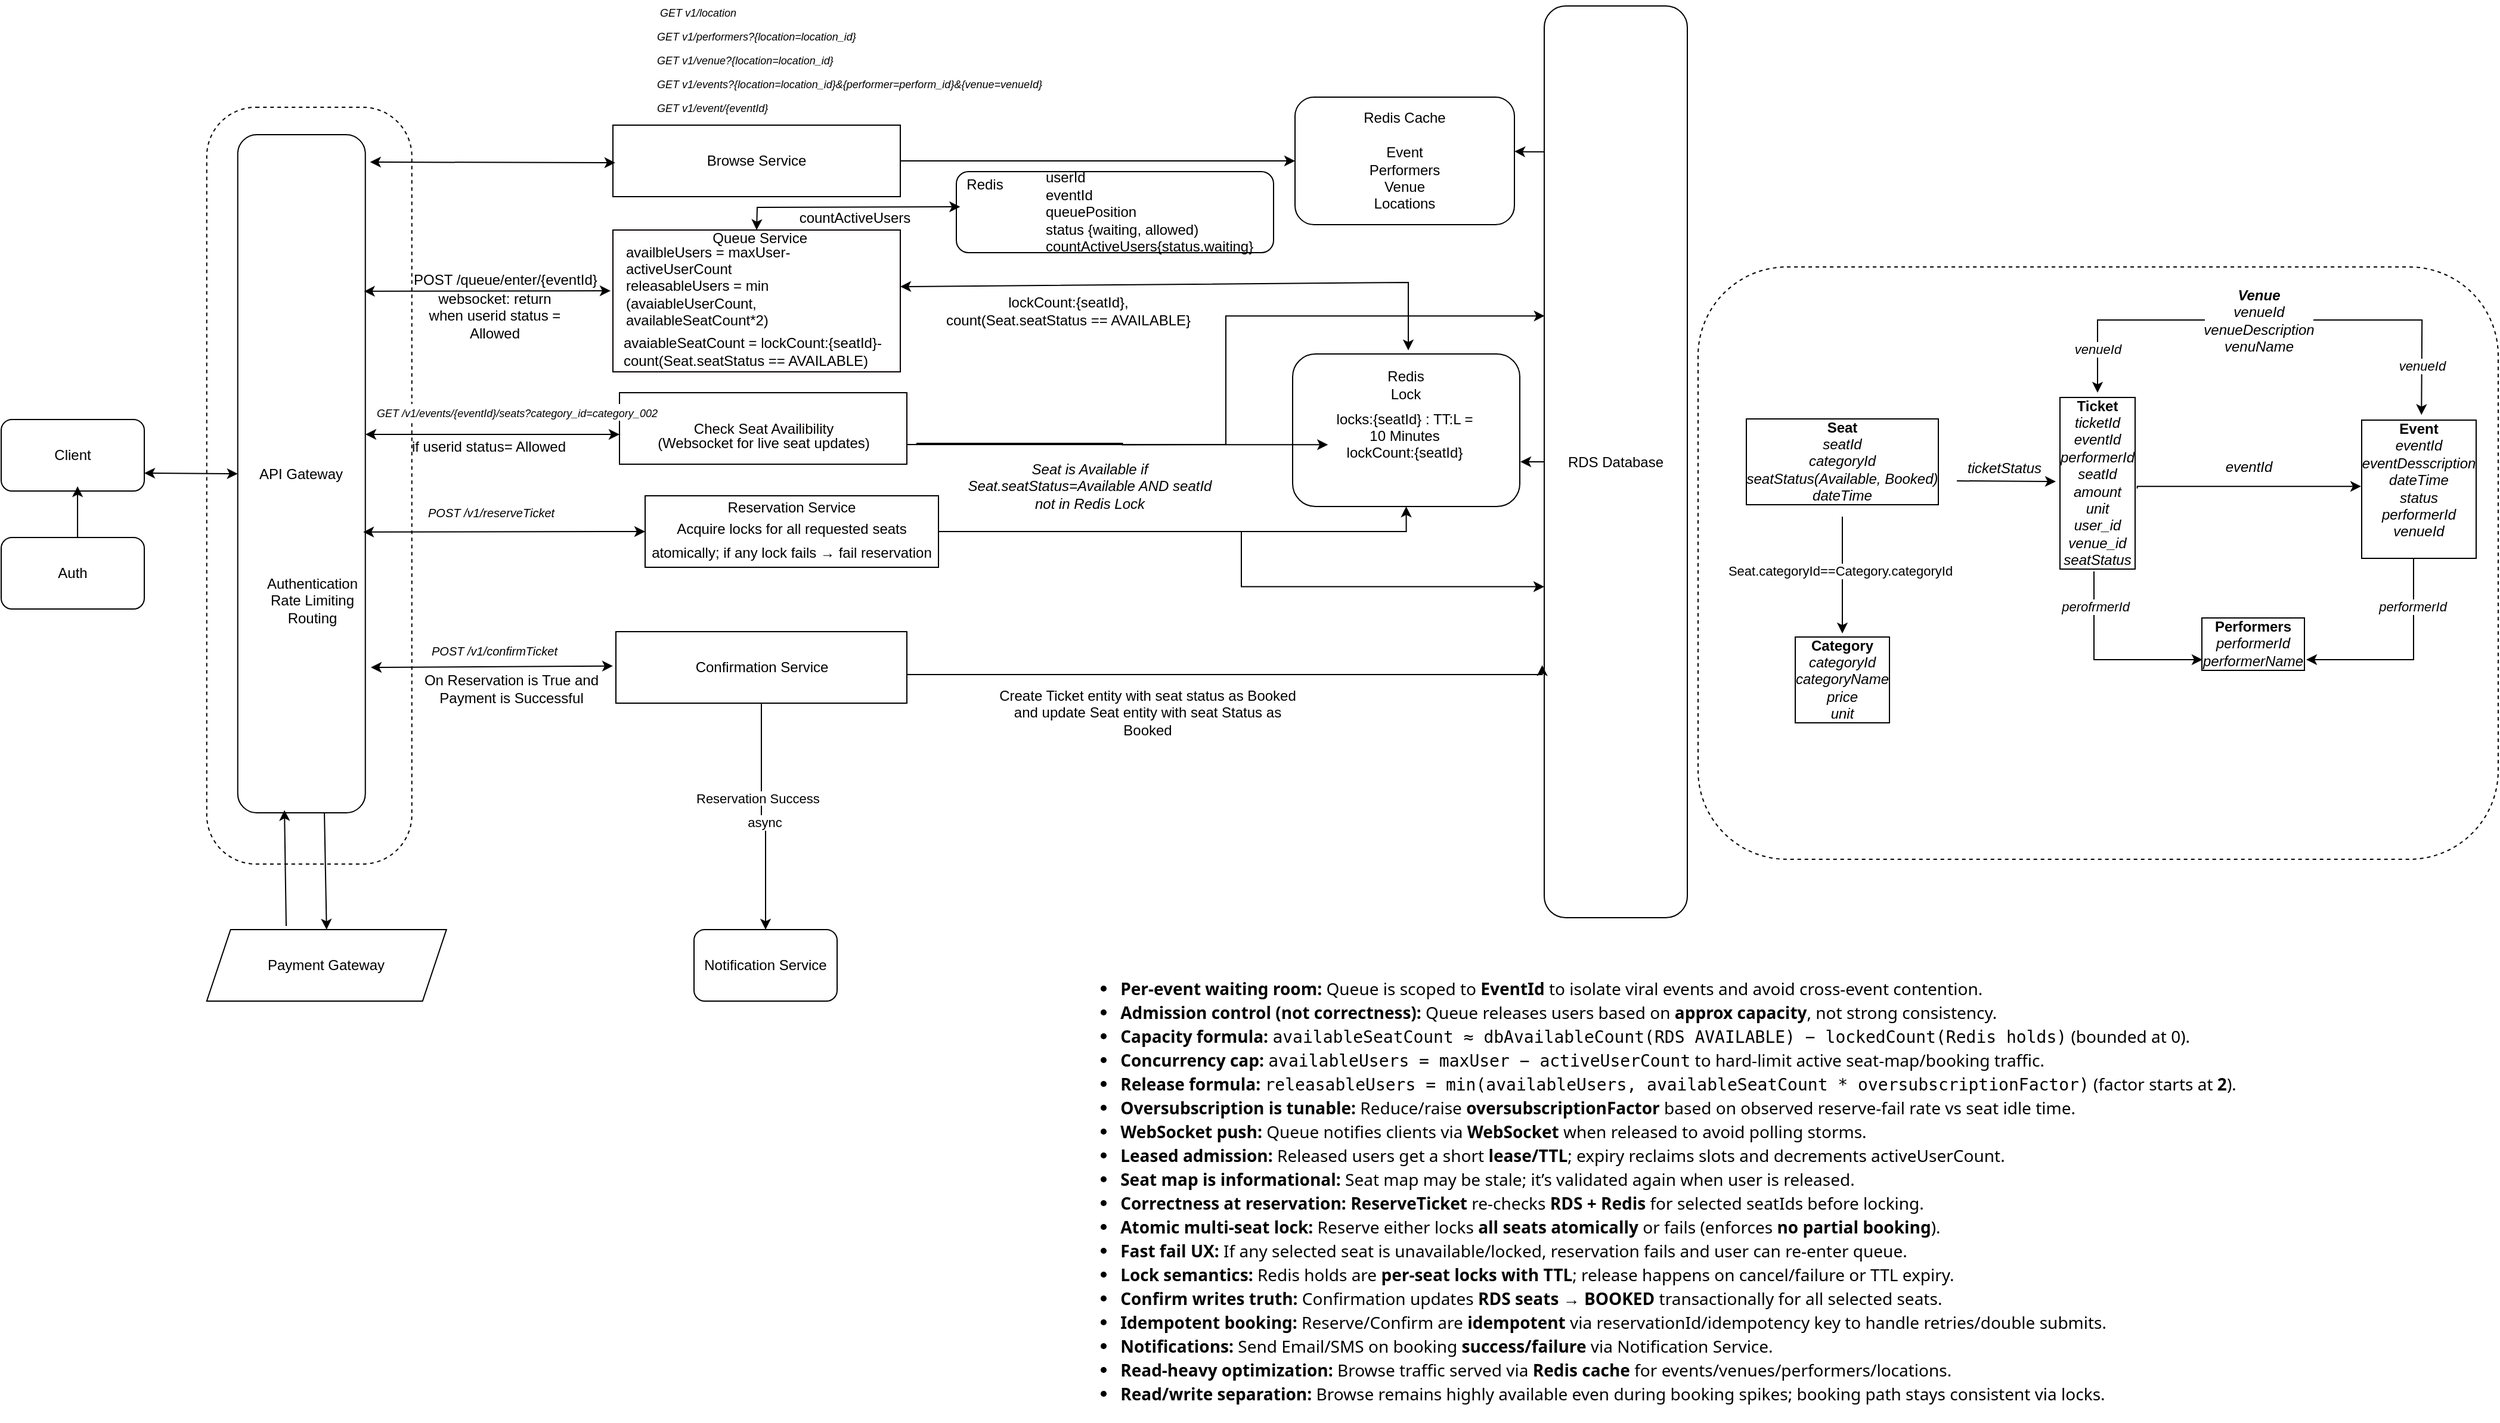
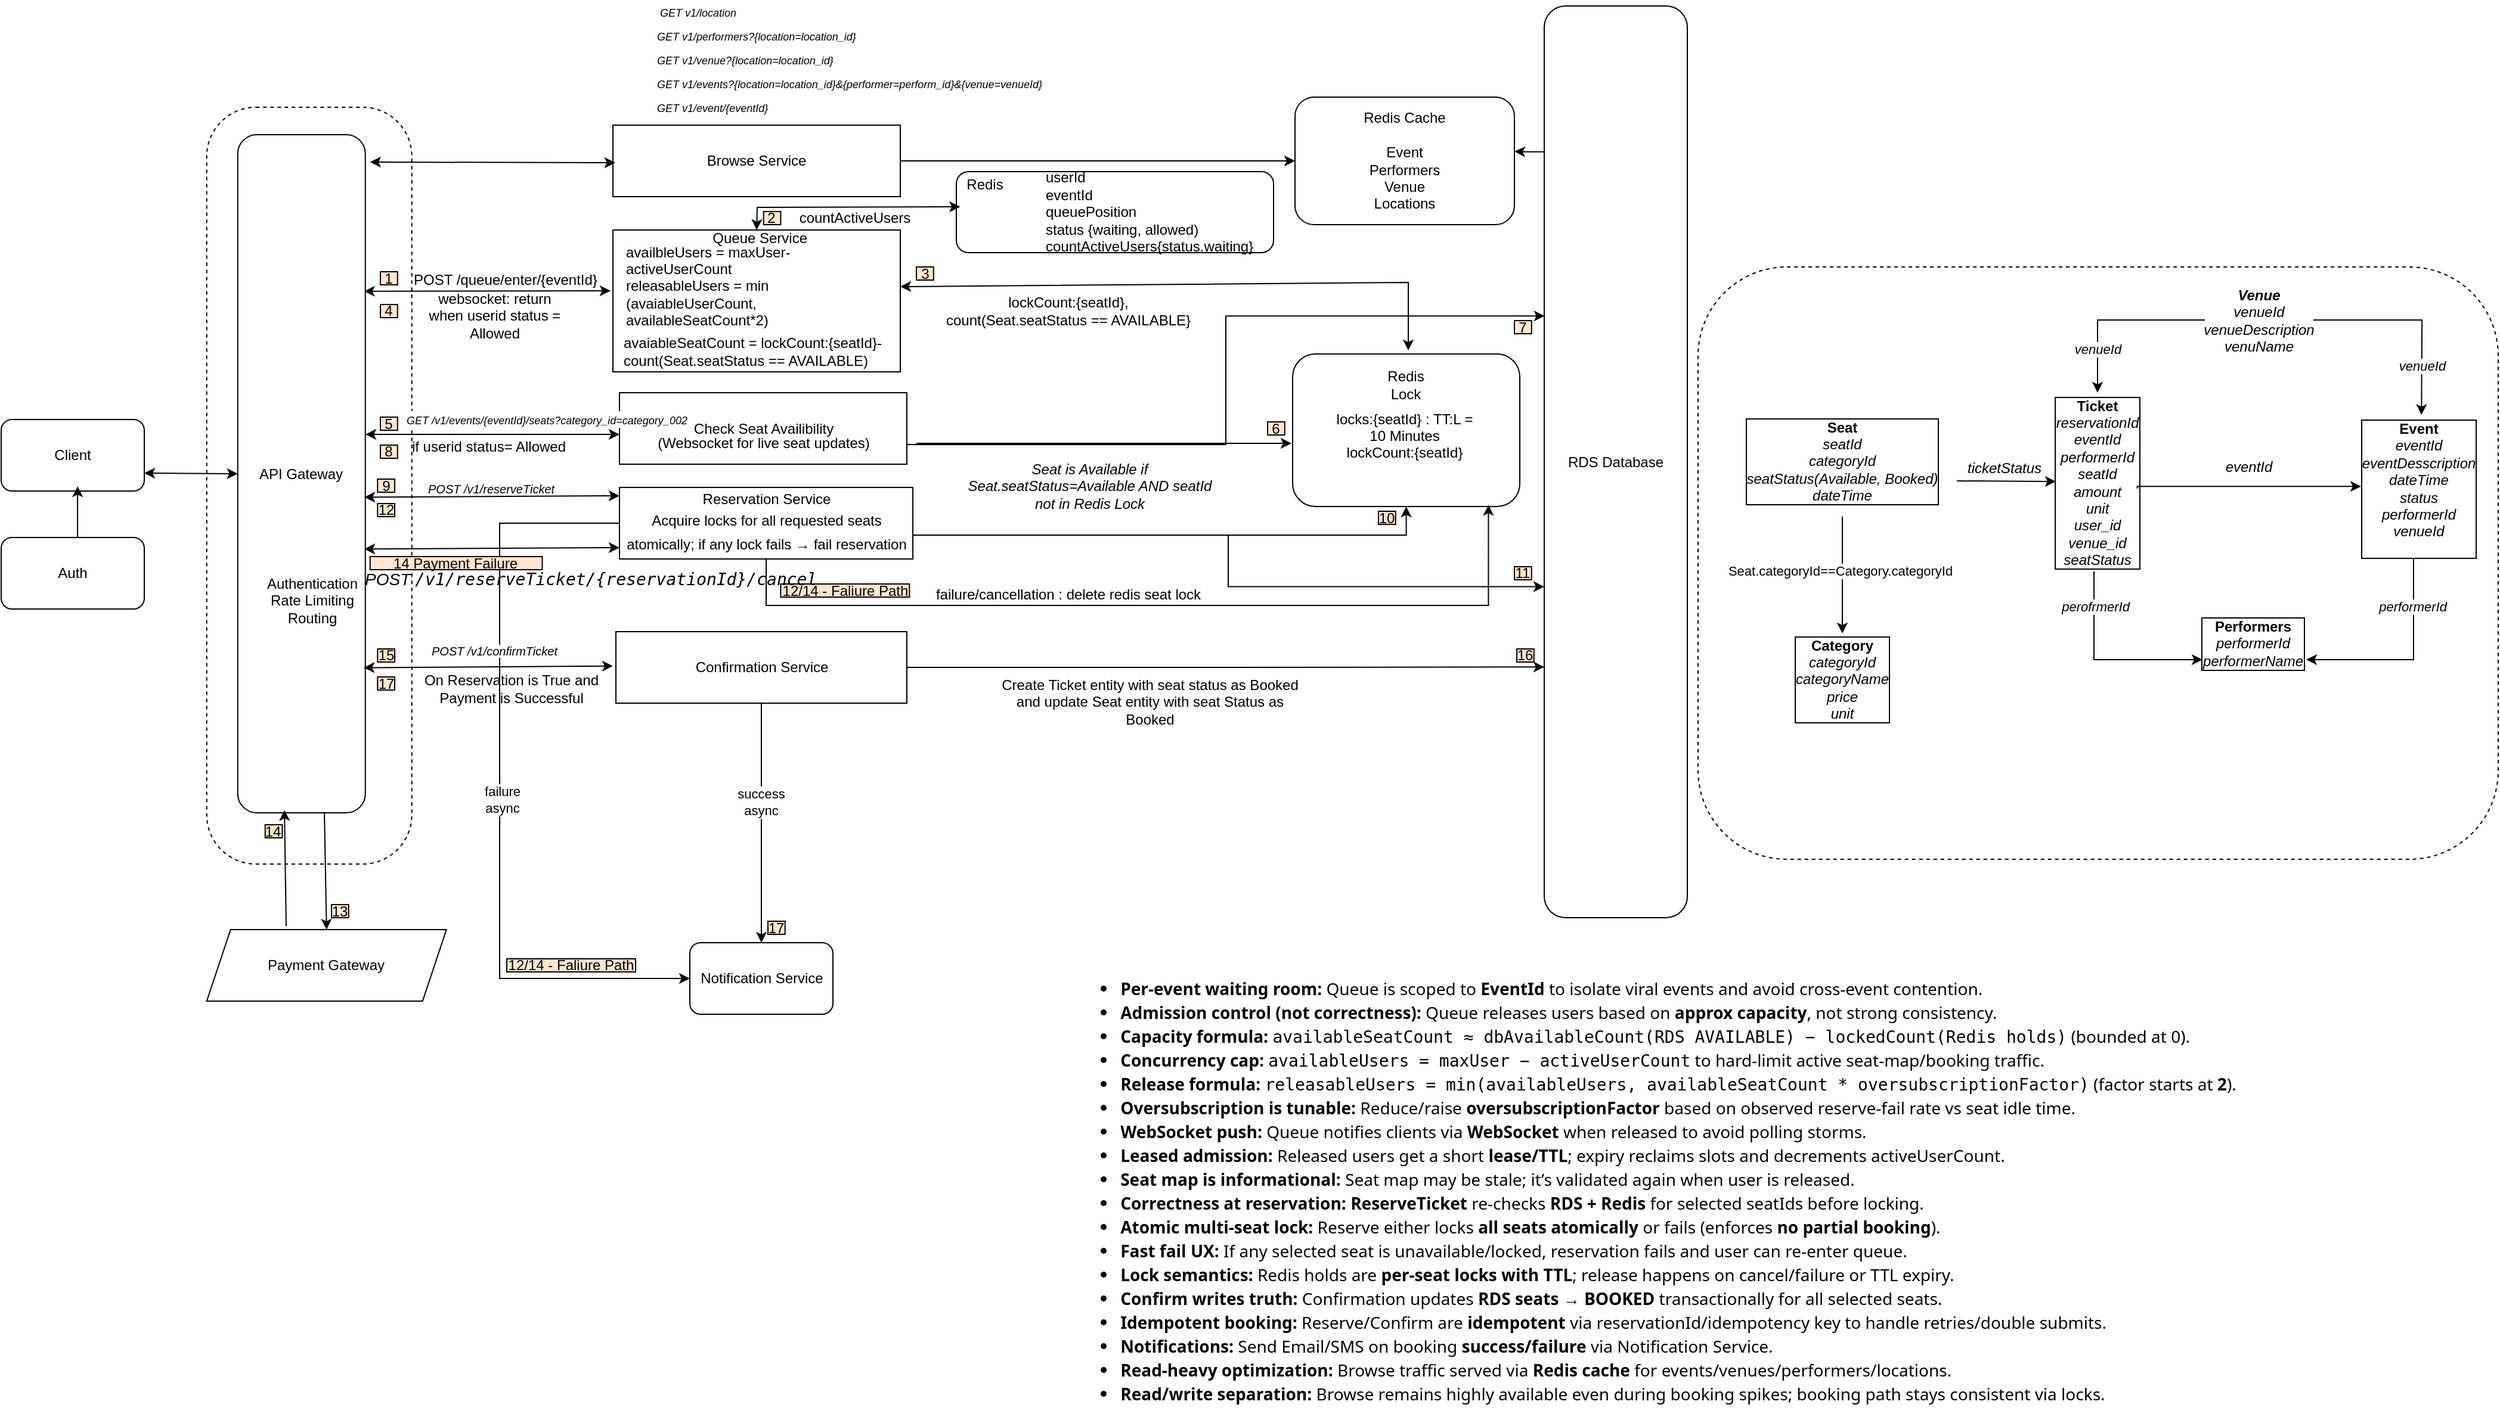
<mxfile host="Electron">
  <diagram name="Page-1" id="JTlsOs62jDvSGpNJLs1I">
-     <mxGraphModel dx="2867" dy="2977" grid="0" gridSize="10" guides="1" tooltips="1" connect="1" arrows="1" fold="1" page="1" pageScale="1" pageWidth="850" pageHeight="1100" math="0" shadow="0">
+     <mxGraphModel dx="905" dy="1693" grid="0" gridSize="10" guides="1" tooltips="1" connect="1" arrows="1" fold="1" page="1" pageScale="1" pageWidth="850" pageHeight="1100" math="0" shadow="0">
      <root>
        <mxCell id="0" />
        <mxCell id="1" parent="0" />
        <mxCell id="8WxnnMFKF0vpLti6PXvg-32" parent="1" style="rounded=1;whiteSpace=wrap;html=1;fillColor=none;dashed=1;" value="" vertex="1">
          <mxGeometry height="497" width="671" x="1471" y="112" as="geometry" />
        </mxCell>
        <mxCell id="8WxnnMFKF0vpLti6PXvg-46" parent="1" style="rounded=0;whiteSpace=wrap;html=1;strokeColor=#050000;fontColor=#FEFAE0;fillColor=none;" value="&lt;font style=&quot;color: rgb(5, 0, 0);&quot;&gt;Check Seat Availibility&lt;/font&gt;" vertex="1">
          <mxGeometry height="60" width="241" x="566.5" y="217.5" as="geometry" />
        </mxCell>
        <mxCell id="dMjLUbfOzXkTQUA531XS-1" parent="1" style="rounded=1;whiteSpace=wrap;html=1;" value="Client" vertex="1">
          <mxGeometry height="60" width="120" x="48" y="240" as="geometry" />
        </mxCell>
        <mxCell id="dMjLUbfOzXkTQUA531XS-3" edge="1" parent="1" style="endArrow=classic;startArrow=classic;html=1;rounded=0;exitX=0.464;exitY=1.008;exitDx=0;exitDy=0;exitPerimeter=0;" value="">
          <mxGeometry height="50" relative="1" width="50" as="geometry">
            <mxPoint x="112.04999999999984" y="296" as="sourcePoint" />
            <mxPoint x="112" y="366.02" as="targetPoint" />
          </mxGeometry>
        </mxCell>
        <mxCell id="dMjLUbfOzXkTQUA531XS-5" parent="1" style="rounded=1;whiteSpace=wrap;html=1;" value="Auth" vertex="1">
          <mxGeometry height="60" width="120" x="48" y="339" as="geometry" />
        </mxCell>
        <mxCell id="dMjLUbfOzXkTQUA531XS-8" parent="1" style="text;html=1;whiteSpace=wrap;strokeColor=none;fillColor=none;align=center;verticalAlign=middle;rounded=0;" value="JWT Authorizer" vertex="1">
          <mxGeometry height="30" width="88" x="269.37" y="116" as="geometry" />
        </mxCell>
        <mxCell id="dMjLUbfOzXkTQUA531XS-7" parent="1" style="rounded=1;whiteSpace=wrap;html=1;dashed=1;arcSize=24;" value="" vertex="1">
          <mxGeometry height="635" width="172" x="220.37" y="-22" as="geometry" />
        </mxCell>
        <mxCell id="dMjLUbfOzXkTQUA531XS-6" parent="1" style="rounded=1;whiteSpace=wrap;html=1;" value="API Gateway" vertex="1">
          <mxGeometry height="569" width="107" x="246.37" y="1" as="geometry" />
        </mxCell>
        <mxCell id="dMjLUbfOzXkTQUA531XS-13" edge="1" parent="1" source="dMjLUbfOzXkTQUA531XS-1" style="endArrow=classic;startArrow=classic;html=1;rounded=0;exitX=1;exitY=0.75;exitDx=0;exitDy=0;entryX=0;entryY=0.5;entryDx=0;entryDy=0;" target="dMjLUbfOzXkTQUA531XS-6" value="">
          <mxGeometry height="50" relative="1" width="50" as="geometry">
            <mxPoint x="188.37" y="358.5" as="sourcePoint" />
            <mxPoint x="463.37" y="318" as="targetPoint" />
          </mxGeometry>
        </mxCell>
        <mxCell id="dMjLUbfOzXkTQUA531XS-14" parent="1" style="text;html=1;whiteSpace=wrap;strokeColor=none;fillColor=none;align=center;verticalAlign=middle;rounded=0;" value="Authentication&lt;div&gt;Rate Limiting&lt;/div&gt;&lt;div&gt;Routing&lt;/div&gt;" vertex="1">
          <mxGeometry height="40" width="60" x="279.37" y="372" as="geometry" />
        </mxCell>
        <mxCell id="dMjLUbfOzXkTQUA531XS-15" parent="1" style="rounded=0;whiteSpace=wrap;html=1;" value="Browse Service" vertex="1">
          <mxGeometry height="60" width="241" x="561" y="-7" as="geometry" />
        </mxCell>
        <mxCell id="dMjLUbfOzXkTQUA531XS-84" edge="1" parent="1" style="edgeStyle=orthogonalEdgeStyle;rounded=0;orthogonalLoop=1;jettySize=auto;html=1;">
          <mxGeometry relative="1" as="geometry">
            <Array as="points">
              <mxPoint x="2071" y="441.5" />
            </Array>
            <mxPoint x="2071" y="356.5" as="sourcePoint" />
            <mxPoint x="1981" y="441.5" as="targetPoint" />
          </mxGeometry>
        </mxCell>
        <mxCell id="dMjLUbfOzXkTQUA531XS-90" connectable="0" parent="dMjLUbfOzXkTQUA531XS-84" style="edgeLabel;html=1;align=center;verticalAlign=middle;resizable=0;points=[];" value="&lt;i&gt;performerId&lt;/i&gt;" vertex="1">
          <mxGeometry relative="1" x="-0.5429" y="-1" as="geometry">
            <mxPoint as="offset" />
          </mxGeometry>
        </mxCell>
        <mxCell id="dMjLUbfOzXkTQUA531XS-21" parent="1" style="text;html=1;strokeColor=none;fillColor=none;align=center;verticalAlign=middle;rounded=0;labelBorderColor=default;" value="&lt;b&gt;Event&lt;/b&gt;&lt;br&gt;&lt;i&gt;eventId&lt;br&gt;eventDesscription&lt;br&gt;dateTime&lt;br&gt;status&lt;br&gt;performerId&lt;br&gt;venueId&lt;br&gt;&lt;br&gt;&lt;/i&gt;" vertex="1">
          <mxGeometry height="100" width="114" x="2018" y="247.5" as="geometry" />
        </mxCell>
        <mxCell id="dMjLUbfOzXkTQUA531XS-86" edge="1" parent="1" source="dMjLUbfOzXkTQUA531XS-25" style="edgeStyle=orthogonalEdgeStyle;rounded=0;orthogonalLoop=1;jettySize=auto;html=1;entryX=0.5;entryY=0;entryDx=0;entryDy=0;" target="dMjLUbfOzXkTQUA531XS-34">
          <mxGeometry relative="1" as="geometry" />
        </mxCell>
        <mxCell id="dMjLUbfOzXkTQUA531XS-88" connectable="0" parent="dMjLUbfOzXkTQUA531XS-86" style="edgeLabel;html=1;align=center;verticalAlign=middle;resizable=0;points=[];" value="&lt;i&gt;venueId&lt;/i&gt;" vertex="1">
          <mxGeometry relative="1" x="0.5068" as="geometry">
            <mxPoint as="offset" />
          </mxGeometry>
        </mxCell>
        <mxCell id="dMjLUbfOzXkTQUA531XS-87" edge="1" parent="1" source="dMjLUbfOzXkTQUA531XS-25" style="edgeStyle=orthogonalEdgeStyle;rounded=0;orthogonalLoop=1;jettySize=auto;html=1;">
          <mxGeometry relative="1" as="geometry">
            <mxPoint x="2077.647216796875" y="236.14708754595586" as="targetPoint" />
          </mxGeometry>
        </mxCell>
        <mxCell id="dMjLUbfOzXkTQUA531XS-89" connectable="0" parent="dMjLUbfOzXkTQUA531XS-87" style="edgeLabel;html=1;align=center;verticalAlign=middle;resizable=0;points=[];" value="&lt;i&gt;venueId&lt;/i&gt;" vertex="1">
          <mxGeometry relative="1" x="0.5135" as="geometry">
            <mxPoint as="offset" />
          </mxGeometry>
        </mxCell>
        <mxCell id="dMjLUbfOzXkTQUA531XS-25" parent="1" style="text;html=1;whiteSpace=wrap;strokeColor=none;fillColor=none;align=center;verticalAlign=middle;rounded=0;" value="&lt;i&gt;&lt;b&gt;Venue&lt;/b&gt;&lt;br&gt;venueId&lt;br&gt;venueDescription&lt;br&gt;venuName&lt;/i&gt;&lt;span style=&quot;color: rgba(0, 0, 0, 0); font-family: monospace; font-size: 0px; text-align: start; text-wrap-mode: nowrap;&quot;&gt;%3CmxGraphModel%3E%3Croot%3E%3CmxCell%20id%3D%220%22%2F%3E%3CmxCell%20id%3D%221%22%20parent%3D%220%22%2F%3E%3CmxCell%20id%3D%222%22%20parent%3D%221%22%20style%3D%22text%3Bhtml%3D1%3BwhiteSpace%3Dwrap%3BstrokeColor%3Dnone%3BfillColor%3Dnone%3Balign%3Dcenter%3BverticalAlign%3Dmiddle%3Brounded%3D0%3B%22%20value%3D%22%26lt%3Bb%26gt%3BEvent%26lt%3B%2Fb%26gt%3B%26lt%3Bbr%26gt%3B%26lt%3Bi%26gt%3BeventId%26lt%3Bbr%26gt%3BeventDesscription%26lt%3Bbr%26gt%3BdateTime%26lt%3Bbr%26gt%3Bstatus%26lt%3Bbr%26gt%3B%26lt%3Bbr%26gt%3B%26lt%3B%2Fi%26gt%3B%22%20vertex%3D%221%22%3E%3CmxGeometry%20height%3D%2233%22%20width%3D%22196%22%20x%3D%221063%22%20y%3D%22-10%22%20as%3D%22geometry%22%2F%3E%3C%2FmxCell%3E%3C%2Froot%3E%3C%2FmxGraphModel%3E&lt;/span&gt;" vertex="1">
          <mxGeometry height="67" width="91" x="1896" y="123" as="geometry" />
        </mxCell>
        <mxCell id="dMjLUbfOzXkTQUA531XS-26" parent="1" style="text;html=1;whiteSpace=wrap;strokeColor=none;fillColor=none;align=center;verticalAlign=middle;rounded=0;labelBorderColor=default;" value="&lt;b&gt;Performers&lt;/b&gt;&lt;br&gt;&lt;i&gt;performerId&lt;br&gt;performerName&lt;/i&gt;" vertex="1">
          <mxGeometry height="57" width="73" x="1900" y="399" as="geometry" />
        </mxCell>
        <mxCell id="dMjLUbfOzXkTQUA531XS-27" parent="1" style="text;html=1;whiteSpace=wrap;strokeColor=none;fillColor=none;align=left;verticalAlign=middle;rounded=0;fontFamily=Helvetica;" value="&lt;div style=&quot;line-height: 19px; white-space: pre;&quot;&gt;&lt;div style=&quot;line-height: 19px;&quot;&gt;&lt;div style=&quot;line-height: 19px;&quot;&gt;&lt;div style=&quot;line-height: 19px;&quot;&gt;&lt;div style=&quot;line-height: 19px;&quot;&gt;&lt;div style=&quot;line-height: 19px;&quot;&gt;&lt;div style=&quot;line-height: 19px;&quot;&gt;&lt;i style=&quot;&quot;&gt;&lt;font style=&quot;font-size: 9px;&quot;&gt;&lt;span&gt;&amp;nbsp;GET v&lt;/span&gt;&lt;span&gt;1&lt;/span&gt;&lt;span&gt;/location&lt;br&gt;&lt;/span&gt;&lt;/font&gt;&lt;/i&gt;&lt;div style=&quot;line-height: 19px;&quot;&gt;&lt;i&gt;&lt;font style=&quot;font-size: 9px;&quot;&gt;&lt;span&gt;GET v&lt;/span&gt;&lt;span&gt;1&lt;/span&gt;&lt;span&gt;/performers?{&lt;/span&gt;&lt;span&gt;location=location_id&lt;/span&gt;&lt;span&gt;}&lt;br&gt;&lt;/span&gt;&lt;/font&gt;&lt;/i&gt;&lt;div style=&quot;line-height: 19px;&quot;&gt;&lt;i&gt;&lt;font style=&quot;font-size: 9px;&quot;&gt;&lt;span&gt;GET v&lt;/span&gt;&lt;span&gt;1&lt;/span&gt;&lt;span&gt;/venue?{&lt;/span&gt;&lt;span&gt;location=location_id&lt;/span&gt;&lt;span&gt;}&lt;br&gt;&lt;/span&gt;&lt;/font&gt;&lt;/i&gt;&lt;div style=&quot;line-height: 19px;&quot;&gt;&lt;i&gt;&lt;font style=&quot;font-size: 9px;&quot;&gt;&lt;span&gt;GET v&lt;/span&gt;&lt;span&gt;1&lt;/span&gt;&lt;span&gt;/events?{&lt;/span&gt;&lt;span&gt;location=location_id&lt;/span&gt;&lt;span&gt;}&amp;amp;{&lt;/span&gt;&lt;span&gt;performer=perform_id&lt;/span&gt;&lt;span&gt;}&amp;amp;{&lt;/span&gt;&lt;span&gt;venue=venueId&lt;/span&gt;&lt;span&gt;}&lt;br&gt;&lt;/span&gt;&lt;/font&gt;&lt;/i&gt;&lt;div style=&quot;line-height: 19px;&quot;&gt;&lt;i&gt;&lt;font style=&quot;font-size: 9px;&quot;&gt;&lt;span&gt;GET v&lt;/span&gt;&lt;span&gt;1&lt;/span&gt;&lt;span&gt;/event/{&lt;/span&gt;&lt;span&gt;eventId&lt;/span&gt;&lt;span&gt;}&lt;/span&gt;&lt;/font&gt;&lt;/i&gt;&lt;div style=&quot;line-height: 19px;&quot;&gt;&lt;span&gt;&lt;span style=&quot;color: rgb(181, 206, 168); font-size: 14px; background-color: rgb(18, 19, 20);&quot;&gt;&lt;br&gt;&lt;/span&gt;&lt;/span&gt;&lt;/div&gt;&lt;span style=&quot;font-size: 14px; background-color: rgb(18, 19, 20); color: rgb(212, 212, 212);&quot;&gt;&lt;/span&gt;&lt;/div&gt;&lt;span style=&quot;font-size: 14px; background-color: rgb(18, 19, 20); color: rgb(212, 212, 212);&quot;&gt;&lt;/span&gt;&lt;/div&gt;&lt;span style=&quot;font-size: 14px; background-color: rgb(18, 19, 20); color: rgb(212, 212, 212);&quot;&gt;&lt;/span&gt;&lt;/div&gt;&lt;span style=&quot;font-size: 14px; background-color: rgb(18, 19, 20); color: rgb(212, 212, 212);&quot;&gt;&lt;/span&gt;&lt;/div&gt;&lt;span style=&quot;font-size: 14px; background-color: rgb(18, 19, 20); color: rgb(212, 212, 212);&quot;&gt;&lt;/span&gt;&lt;/div&gt;&lt;/div&gt;&lt;span style=&quot;color: rgb(212, 212, 212); font-size: 14px; background-color: rgb(18, 19, 20);&quot;&gt;&lt;/span&gt;&lt;/div&gt;&lt;span style=&quot;color: rgb(212, 212, 212); font-size: 14px; background-color: rgb(18, 19, 20);&quot;&gt;&lt;/span&gt;&lt;/div&gt;&lt;span style=&quot;color: rgb(212, 212, 212); font-size: 14px; background-color: rgb(18, 19, 20);&quot;&gt;&lt;/span&gt;&lt;/div&gt;&lt;span style=&quot;color: rgb(212, 212, 212); font-size: 14px; background-color: rgb(18, 19, 20);&quot;&gt;&lt;/span&gt;&lt;/div&gt;&lt;span style=&quot;color: rgb(212, 212, 212); font-size: 14px; background-color: rgb(18, 19, 20);&quot;&gt;&lt;/span&gt;&lt;/div&gt;" vertex="1">
          <mxGeometry height="30" width="60" x="596" y="-67" as="geometry" />
        </mxCell>
        <mxCell id="AtqJ98JdHEPPUzc0A_OA-76" edge="1" parent="1" source="dMjLUbfOzXkTQUA531XS-28" style="edgeStyle=orthogonalEdgeStyle;rounded=0;orthogonalLoop=1;jettySize=auto;html=1;entryX=0.5;entryY=1;entryDx=0;entryDy=0;" target="8WxnnMFKF0vpLti6PXvg-3">
-           <mxGeometry relative="1" as="geometry" />
+           <mxGeometry relative="1" as="geometry">
+             <Array as="points">
+               <mxPoint x="1226" y="337" />
+             </Array>
+           </mxGeometry>
+         </mxCell>
+         <mxCell id="AtqJ98JdHEPPUzc0A_OA-117" edge="1" parent="1" source="dMjLUbfOzXkTQUA531XS-28" style="edgeStyle=orthogonalEdgeStyle;rounded=0;orthogonalLoop=1;jettySize=auto;html=1;entryX=0;entryY=0.5;entryDx=0;entryDy=0;" target="dMjLUbfOzXkTQUA531XS-63">
+           <mxGeometry relative="1" as="geometry">
+             <Array as="points">
+               <mxPoint x="466" y="327" />
+               <mxPoint x="466" y="709" />
+             </Array>
+           </mxGeometry>
+         </mxCell>
+         <mxCell id="AtqJ98JdHEPPUzc0A_OA-118" connectable="0" parent="AtqJ98JdHEPPUzc0A_OA-117" style="edgeLabel;html=1;align=center;verticalAlign=middle;resizable=0;points=[];" value="failure&lt;div&gt;async&lt;/div&gt;" vertex="1">
+           <mxGeometry relative="1" x="0.0345" y="2" as="geometry">
+             <mxPoint as="offset" />
+           </mxGeometry>
        </mxCell>
        <mxCell id="dMjLUbfOzXkTQUA531XS-28" parent="1" style="rounded=0;whiteSpace=wrap;html=1;align=center;" value="&lt;font face=&quot;Helvetica&quot;&gt;Reservation Service&lt;br&gt;&lt;/font&gt;&lt;div style=&quot;line-height: 20px;&quot;&gt;&lt;font face=&quot;Helvetica&quot;&gt;Acquire locks for all requested seats atomically; if any lock fails → fail reservation&lt;/font&gt;&lt;/div&gt;" vertex="1">
-           <mxGeometry height="60" width="246" x="588" y="304" as="geometry" />
+           <mxGeometry height="60" width="246" x="566.5" y="297" as="geometry" />
        </mxCell>
        <mxCell id="dMjLUbfOzXkTQUA531XS-81" edge="1" parent="1" style="edgeStyle=orthogonalEdgeStyle;rounded=0;orthogonalLoop=1;jettySize=auto;html=1;" value="">
          <mxGeometry relative="1" as="geometry">
            <mxPoint x="1592" y="321.5" as="sourcePoint" />
            <mxPoint x="1592" y="419.5" as="targetPoint" />
          </mxGeometry>
        </mxCell>
        <mxCell id="dMjLUbfOzXkTQUA531XS-82" connectable="0" parent="dMjLUbfOzXkTQUA531XS-81" style="edgeLabel;html=1;align=center;verticalAlign=middle;resizable=0;points=[];" value="Seat.categoryId==Category.categoryId" vertex="1">
          <mxGeometry relative="1" x="-0.0865" y="-2" as="geometry">
            <mxPoint as="offset" />
          </mxGeometry>
        </mxCell>
        <mxCell id="dMjLUbfOzXkTQUA531XS-32" parent="1" style="text;html=1;whiteSpace=wrap;strokeColor=none;fillColor=none;align=center;verticalAlign=middle;rounded=0;labelBorderColor=default;" value="&lt;b&gt;Seat&lt;/b&gt;&lt;br&gt;&lt;i&gt;seatId&lt;br&gt;categoryId&lt;br&gt;seatStatus(Available, Booked)&lt;br&gt;dateTime&lt;/i&gt;" vertex="1">
          <mxGeometry height="33" width="192" x="1496" y="258.5" as="geometry" />
        </mxCell>
        <mxCell id="dMjLUbfOzXkTQUA531XS-33" parent="1" style="text;html=1;whiteSpace=wrap;strokeColor=none;fillColor=none;align=center;verticalAlign=middle;rounded=0;labelBorderColor=default;" value="&lt;b&gt;Category&lt;/b&gt;&lt;br&gt;&lt;i&gt;categoryId&lt;br&gt;categoryName&lt;br&gt;price&lt;br&gt;unit&lt;/i&gt;" vertex="1">
          <mxGeometry height="14" width="72" x="1556" y="450.5" as="geometry" />
        </mxCell>
        <mxCell id="dMjLUbfOzXkTQUA531XS-79" edge="1" parent="1" source="dMjLUbfOzXkTQUA531XS-34" style="edgeStyle=orthogonalEdgeStyle;rounded=0;orthogonalLoop=1;jettySize=auto;html=1;exitX=0.962;exitY=0.536;exitDx=0;exitDy=0;exitPerimeter=0;">
          <mxGeometry relative="1" as="geometry">
            <Array as="points">
              <mxPoint x="1839" y="296" />
            </Array>
            <mxPoint x="1862" y="296.5" as="sourcePoint" />
            <mxPoint x="2027.04347826087" y="296.07" as="targetPoint" />
          </mxGeometry>
        </mxCell>
        <mxCell id="dMjLUbfOzXkTQUA531XS-83" edge="1" parent="1" source="dMjLUbfOzXkTQUA531XS-34" style="edgeStyle=orthogonalEdgeStyle;rounded=0;orthogonalLoop=1;jettySize=auto;html=1;">
          <mxGeometry relative="1" as="geometry">
            <Array as="points">
              <mxPoint x="1803" y="441.5" />
            </Array>
            <mxPoint x="1894" y="441.5" as="targetPoint" />
          </mxGeometry>
        </mxCell>
        <mxCell id="dMjLUbfOzXkTQUA531XS-91" connectable="0" parent="dMjLUbfOzXkTQUA531XS-83" style="edgeLabel;html=1;align=center;verticalAlign=middle;resizable=0;points=[];" value="&lt;i&gt;perofrmerId&lt;/i&gt;" vertex="1">
          <mxGeometry relative="1" x="-0.6414" y="1" as="geometry">
            <mxPoint as="offset" />
          </mxGeometry>
        </mxCell>
-         <mxCell id="dMjLUbfOzXkTQUA531XS-34" parent="1" style="text;html=1;whiteSpace=wrap;strokeColor=none;fillColor=none;align=center;verticalAlign=middle;rounded=0;labelBorderColor=default;" value="&lt;b&gt;Ticket&lt;/b&gt;&lt;br&gt;&lt;i&gt;ticketId&lt;br&gt;eventId&lt;br&gt;performerId&lt;br&gt;seatId&lt;br&gt;amount&lt;br&gt;unit&lt;br&gt;user_id&lt;br&gt;venue_id&lt;br&gt;seatStatus&lt;/i&gt;" vertex="1">
+         <mxCell id="dMjLUbfOzXkTQUA531XS-34" parent="1" style="text;html=1;whiteSpace=wrap;strokeColor=none;fillColor=none;align=center;verticalAlign=middle;rounded=0;labelBorderColor=default;" value="&lt;b&gt;Ticket&lt;/b&gt;&lt;br&gt;&lt;i&gt;reservationId&lt;br&gt;eventId&lt;br&gt;performerId&lt;br&gt;seatId&lt;br&gt;amount&lt;br&gt;unit&lt;br&gt;user_id&lt;br&gt;venue_id&lt;br&gt;seatStatus&lt;/i&gt;" vertex="1">
          <mxGeometry height="150" width="72" x="1770" y="217.5" as="geometry" />
        </mxCell>
        <mxCell id="dMjLUbfOzXkTQUA531XS-37" parent="1" style="rounded=1;whiteSpace=wrap;html=1;" value="Redis Cache&lt;br&gt;&lt;br&gt;Event&lt;br&gt;Performers&lt;br&gt;Venue&lt;br&gt;Locations" vertex="1">
          <mxGeometry height="107" width="184" x="1133" y="-30.5" as="geometry" />
        </mxCell>
        <mxCell id="dMjLUbfOzXkTQUA531XS-47" parent="1" style="text;whiteSpace=wrap;html=1;fontFamily=Helvetica;" value="&lt;span style=&quot;color: rgb(0, 0, 0); font-size: 10px; font-style: italic; font-variant-ligatures: normal; font-variant-caps: normal; font-weight: 400; letter-spacing: normal; orphans: 2; text-align: right; text-indent: 0px; text-transform: none; widows: 2; word-spacing: 0px; -webkit-text-stroke-width: 0px; white-space: pre; background-color: rgb(255, 255, 255); text-decoration-thickness: initial; text-decoration-style: initial; text-decoration-color: initial; float: none; display: inline !important;&quot;&gt;POST /v1/confirmTicket&lt;/span&gt;" vertex="1">
          <mxGeometry height="36" width="149" x="406.9961162860577" y="420.0031144831728" as="geometry" />
        </mxCell>
        <mxCell id="dMjLUbfOzXkTQUA531XS-55" parent="1" style="shape=parallelogram;perimeter=parallelogramPerimeter;whiteSpace=wrap;html=1;fixedSize=1;" value="Payment Gateway" vertex="1">
          <mxGeometry height="60" width="201" x="220.37" y="668" as="geometry" />
        </mxCell>
-         <mxCell id="dMjLUbfOzXkTQUA531XS-64" edge="1" parent="1" source="dMjLUbfOzXkTQUA531XS-57" style="edgeStyle=orthogonalEdgeStyle;rounded=0;orthogonalLoop=1;jettySize=auto;html=1;" target="dMjLUbfOzXkTQUA531XS-63" value="">
+         <mxCell id="AtqJ98JdHEPPUzc0A_OA-119" edge="1" parent="1" source="dMjLUbfOzXkTQUA531XS-57" style="edgeStyle=orthogonalEdgeStyle;rounded=0;orthogonalLoop=1;jettySize=auto;html=1;" target="dMjLUbfOzXkTQUA531XS-63">
          <mxGeometry relative="1" as="geometry" />
        </mxCell>
-         <mxCell id="dMjLUbfOzXkTQUA531XS-65" connectable="0" parent="dMjLUbfOzXkTQUA531XS-64" style="edgeLabel;html=1;align=center;verticalAlign=middle;resizable=0;points=[];" value="async" vertex="1">
-           <mxGeometry relative="1" x="0.0693" y="-1" as="geometry">
+         <mxCell id="AtqJ98JdHEPPUzc0A_OA-120" connectable="0" parent="AtqJ98JdHEPPUzc0A_OA-119" style="edgeLabel;html=1;align=center;verticalAlign=middle;resizable=0;points=[];" value="success&lt;div&gt;async&lt;/div&gt;" vertex="1">
+           <mxGeometry relative="1" x="-0.1773" y="-1" as="geometry">
            <mxPoint as="offset" />
          </mxGeometry>
        </mxCell>
        <mxCell id="dMjLUbfOzXkTQUA531XS-57" parent="1" style="rounded=0;whiteSpace=wrap;html=1;" value="Confirmation Service" vertex="1">
          <mxGeometry height="60" width="244" x="563.5" y="418" as="geometry" />
        </mxCell>
        <mxCell id="dMjLUbfOzXkTQUA531XS-63" parent="1" style="rounded=1;whiteSpace=wrap;html=1;" value="Notification Service" vertex="1">
-           <mxGeometry height="60" width="120" x="629" y="668" as="geometry" />
+           <mxGeometry height="60" width="120" x="625.5" y="679" as="geometry" />
        </mxCell>
        <mxCell id="dMjLUbfOzXkTQUA531XS-67" parent="1" style="text;html=1;whiteSpace=wrap;strokeColor=none;fillColor=none;align=center;verticalAlign=middle;rounded=0;" value="&lt;i&gt;ticketStatus&lt;/i&gt;" vertex="1">
          <mxGeometry height="32.5" width="62" x="1697" y="264.5" as="geometry" />
        </mxCell>
        <mxCell id="dMjLUbfOzXkTQUA531XS-73" edge="1" parent="1" source="dMjLUbfOzXkTQUA531XS-32" style="endArrow=classic;html=1;rounded=0;exitX=1;exitY=1;exitDx=0;exitDy=0;" value="">
          <mxGeometry height="50" relative="1" width="50" as="geometry">
            <mxPoint x="1848" y="188.5" as="sourcePoint" />
            <mxPoint x="1771" y="292" as="targetPoint" />
          </mxGeometry>
        </mxCell>
        <mxCell id="dMjLUbfOzXkTQUA531XS-80" parent="1" style="text;html=1;whiteSpace=wrap;strokeColor=none;fillColor=none;align=center;verticalAlign=middle;rounded=0;" value="&lt;i&gt;eventId&lt;/i&gt;" vertex="1">
          <mxGeometry height="32" width="158" x="1854" y="263.5" as="geometry" />
        </mxCell>
        <mxCell id="8WxnnMFKF0vpLti6PXvg-3" parent="1" style="rounded=1;whiteSpace=wrap;html=1;" value="&lt;span style=&quot;color: rgba(0, 0, 0, 0); font-family: monospace; font-size: 0px; text-align: start; white-space: nowrap;&quot;&gt;%3CmxGraphModel%3E%3Croot%3E%3CmxCell%20id%3D%220%22%2F%3E%3CmxCell%20id%3D%221%22%20parent%3D%220%22%2F%3E%3CmxCell%20id%3D%222%22%20parent%3D%221%22%20style%3D%22rounded%3D1%3BwhiteSpace%3Dwrap%3Bhtml%3D1%3B%22%20value%3D%22Redis%20Cache%20Layer%26lt%3Bbr%26gt%3BTTL%22%20vertex%3D%221%22%3E%3CmxGeometry%20height%3D%22107%22%20width%3D%22120%22%20x%3D%221192%22%20y%3D%22-30.5%22%20as%3D%22geometry%22%2F%3E%3C%2FmxCell%3E%3C%2Froot%3E%3C%2FmxGraphModel%3E&lt;/span&gt;" vertex="1">
          <mxGeometry height="128" width="190.5" x="1131" y="185" as="geometry" />
        </mxCell>
        <mxCell id="8WxnnMFKF0vpLti6PXvg-12" parent="1" style="text;html=1;whiteSpace=wrap;strokeColor=none;fillColor=none;align=center;verticalAlign=middle;rounded=0;" value="On Reservation is True and Payment is Successful" vertex="1">
          <mxGeometry height="30" width="196" x="378" y="450.5" as="geometry" />
        </mxCell>
-         <mxCell id="8WxnnMFKF0vpLti6PXvg-27" parent="1" style="text;whiteSpace=wrap;html=1;fontColor=#FEFAE0;" value="&lt;span style=&quot;color: rgb(0, 0, 0); font-family: Helvetica; font-size: 11px; font-style: normal; font-variant-ligatures: normal; font-variant-caps: normal; font-weight: 400; letter-spacing: normal; orphans: 2; text-align: center; text-indent: 0px; text-transform: none; widows: 2; word-spacing: 0px; -webkit-text-stroke-width: 0px; white-space: nowrap; background-color: rgb(255, 255, 255); text-decoration-thickness: initial; text-decoration-style: initial; text-decoration-color: initial; display: inline !important; float: none;&quot;&gt;Reservation Success&lt;/span&gt;" vertex="1">
-           <mxGeometry height="36" width="131" x="629.0007407407406" y="544.0018518518518" as="geometry" />
-         </mxCell>
        <mxCell id="8WxnnMFKF0vpLti6PXvg-29" edge="1" parent="1" source="dMjLUbfOzXkTQUA531XS-6" style="endArrow=classic;html=1;rounded=0;fontColor=#FEFAE0;entryX=0.5;entryY=0;entryDx=0;entryDy=0;exitX=0.679;exitY=1;exitDx=0;exitDy=0;exitPerimeter=0;" target="dMjLUbfOzXkTQUA531XS-55" value="">
          <mxGeometry height="50" relative="1" width="50" as="geometry">
            <mxPoint x="715" y="503" as="sourcePoint" />
            <mxPoint x="765" y="453" as="targetPoint" />
          </mxGeometry>
        </mxCell>
        <mxCell id="8WxnnMFKF0vpLti6PXvg-30" edge="1" parent="1" style="endArrow=classic;html=1;rounded=0;fontColor=#FEFAE0;entryX=0.366;entryY=0.996;entryDx=0;entryDy=0;entryPerimeter=0;" target="dMjLUbfOzXkTQUA531XS-6" value="">
          <mxGeometry height="50" relative="1" width="50" as="geometry">
            <mxPoint x="287" y="665" as="sourcePoint" />
            <mxPoint x="786" y="515" as="targetPoint" />
          </mxGeometry>
        </mxCell>
        <mxCell id="8WxnnMFKF0vpLti6PXvg-31" parent="1" style="text;whiteSpace=wrap;html=1;" value="&lt;div style=&quot;forced-color-adjust: none; text-align: left;&quot;&gt;&lt;span style=&quot;forced-color-adjust: none; font-size: 10px; background-color: rgb(255, 255, 255); color: light-dark(rgb(0, 0, 0), rgb(255, 255, 255));&quot;&gt;&lt;i&gt;POST /v1/reserveTicket&lt;/i&gt;&lt;/span&gt;&lt;/div&gt;" vertex="1">
-           <mxGeometry height="24" width="134" x="404" y="304" as="geometry" />
-         </mxCell>
-         <mxCell id="AtqJ98JdHEPPUzc0A_OA-51" edge="1" parent="1" source="8WxnnMFKF0vpLti6PXvg-43" style="edgeStyle=orthogonalEdgeStyle;rounded=0;orthogonalLoop=1;jettySize=auto;html=1;">
-           <mxGeometry relative="1" as="geometry">
-             <mxPoint x="1322.2941176470588" y="275.5000000000002" as="targetPoint" />
-           </mxGeometry>
+           <mxGeometry height="24" width="134" x="404" y="283.5" as="geometry" />
        </mxCell>
        <mxCell id="8WxnnMFKF0vpLti6PXvg-43" parent="1" style="rounded=1;whiteSpace=wrap;html=1;fillColor=none;" value="RDS Database" vertex="1">
          <mxGeometry height="765" width="120" x="1342" y="-107" as="geometry" />
        </mxCell>
        <mxCell id="8WxnnMFKF0vpLti6PXvg-49" edge="1" parent="1" style="endArrow=classic;startArrow=classic;html=1;rounded=0;fontColor=#FEFAE0;entryX=0.008;entryY=0.659;entryDx=0;entryDy=0;entryPerimeter=0;" value="">
          <mxGeometry height="50" relative="1" width="50" as="geometry">
            <mxPoint x="357.37" y="24" as="sourcePoint" />
            <mxPoint x="562.9279999999999" y="24.54000000000019" as="targetPoint" />
          </mxGeometry>
        </mxCell>
-         <mxCell id="8WxnnMFKF0vpLti6PXvg-56" edge="1" parent="1" style="endArrow=classic;startArrow=classic;html=1;rounded=0;fontColor=#FEFAE0;entryX=0;entryY=0.5;entryDx=0;entryDy=0;" value="">
+         <mxCell id="8WxnnMFKF0vpLti6PXvg-56" edge="1" parent="1" source="dMjLUbfOzXkTQUA531XS-6" style="endArrow=classic;startArrow=classic;html=1;rounded=0;fontColor=#FEFAE0;entryX=0;entryY=0.5;entryDx=0;entryDy=0;exitX=0.988;exitY=0.786;exitDx=0;exitDy=0;exitPerimeter=0;" value="">
          <mxGeometry height="50" relative="1" width="50" as="geometry">
            <mxPoint x="358" y="448" as="sourcePoint" />
            <mxPoint x="561" y="446.82" as="targetPoint" />
          </mxGeometry>
        </mxCell>
        <mxCell id="8WxnnMFKF0vpLti6PXvg-61" edge="1" parent="1" source="dMjLUbfOzXkTQUA531XS-15" style="edgeStyle=orthogonalEdgeStyle;rounded=0;orthogonalLoop=1;jettySize=auto;html=1;entryX=0;entryY=0.5;entryDx=0;entryDy=0;fontColor=#FEFAE0;" target="dMjLUbfOzXkTQUA531XS-37">
          <mxGeometry relative="1" as="geometry">
            <mxPoint x="1127.54" y="23.160000000000082" as="targetPoint" />
          </mxGeometry>
        </mxCell>
        <mxCell id="8WxnnMFKF0vpLti6PXvg-63" parent="1" style="text;html=1;labelBackgroundColor=default;rounded=1;labelBorderColor=none;whiteSpace=wrap;fontFamily=Helvetica;" value="&lt;i style=&quot;forced-color-adjust: none; color: rgb(0, 0, 0); font-size: 12px; font-variant-ligatures: normal; font-variant-caps: normal; font-weight: 400; letter-spacing: normal; orphans: 2; text-align: left; text-indent: 0px; text-transform: none; widows: 2; word-spacing: 0px; -webkit-text-stroke-width: 0px; white-space: pre; text-decoration-thickness: initial; text-decoration-style: initial; text-decoration-color: initial;&quot;&gt;&lt;font style=&quot;forced-color-adjust: none; font-size: 9px;&quot;&gt;&lt;span style=&quot;forced-color-adjust: none;&quot;&gt;GET /v&lt;/span&gt;&lt;span style=&quot;forced-color-adjust: none;&quot;&gt;1&lt;/span&gt;&lt;span style=&quot;forced-color-adjust: none;&quot;&gt;/events/{&lt;/span&gt;&lt;span style=&quot;forced-color-adjust: none;&quot;&gt;eventId&lt;/span&gt;&lt;span style=&quot;forced-color-adjust: none;&quot;&gt;}/seats?category_id=category_&lt;/span&gt;&lt;/font&gt;&lt;/i&gt;&lt;span style=&quot;forced-color-adjust: none; color: rgb(0, 0, 0); font-size: 12px; font-style: normal; font-variant-ligatures: normal; font-variant-caps: normal; font-weight: 400; letter-spacing: normal; orphans: 2; text-align: left; text-indent: 0px; text-transform: none; widows: 2; word-spacing: 0px; -webkit-text-stroke-width: 0px; white-space: pre; text-decoration-thickness: initial; text-decoration-style: initial; text-decoration-color: initial;&quot;&gt;&lt;i style=&quot;forced-color-adjust: none;&quot;&gt;&lt;font style=&quot;forced-color-adjust: none; font-size: 9px;&quot;&gt;002&lt;/font&gt;&lt;/i&gt;&lt;/span&gt;" vertex="1">
-           <mxGeometry height="36" width="235.63" x="361.37" y="220" as="geometry" />
+           <mxGeometry height="36" width="235.63" x="386" y="225.5" as="geometry" />
        </mxCell>
        <mxCell id="8WxnnMFKF0vpLti6PXvg-73" parent="1" style="text;html=1;whiteSpace=wrap;align=center;verticalAlign=middle;rounded=0;" value="Create Ticket entity with seat status as Booked and update Seat entity with seat Status as Booked" vertex="1">
-           <mxGeometry height="30" width="255" x="882" y="471" as="geometry" />
+           <mxGeometry height="30" width="255" x="884" y="462" as="geometry" />
        </mxCell>
        <mxCell id="AtqJ98JdHEPPUzc0A_OA-4" edge="1" parent="1" source="dMjLUbfOzXkTQUA531XS-6" style="endArrow=classic;startArrow=classic;html=1;rounded=0;exitX=0.99;exitY=0.231;exitDx=0;exitDy=0;exitPerimeter=0;" value="">
          <mxGeometry height="50" relative="1" width="50" as="geometry">
            <mxPoint x="436" y="113" as="sourcePoint" />
            <mxPoint x="559" y="132" as="targetPoint" />
          </mxGeometry>
        </mxCell>
        <mxCell id="AtqJ98JdHEPPUzc0A_OA-12" parent="1" style="text;html=1;whiteSpace=wrap;strokeColor=none;fillColor=none;align=center;verticalAlign=middle;rounded=0;" value="(Websocket for live seat updates)" vertex="1">
          <mxGeometry height="30" width="257" x="558.5" y="245" as="geometry" />
        </mxCell>
        <mxCell id="AtqJ98JdHEPPUzc0A_OA-16" parent="1" style="rounded=0;whiteSpace=wrap;html=1;strokeColor=#050000;fontColor=#FEFAE0;fillColor=none;" value="" vertex="1">
          <mxGeometry height="119" width="241" x="561" y="81" as="geometry" />
        </mxCell>
-         <mxCell id="AtqJ98JdHEPPUzc0A_OA-33" edge="1" parent="1" source="dMjLUbfOzXkTQUA531XS-6" style="endArrow=classic;startArrow=classic;html=1;rounded=0;exitX=0.983;exitY=0.586;exitDx=0;exitDy=0;exitPerimeter=0;entryX=0;entryY=0.5;entryDx=0;entryDy=0;" target="dMjLUbfOzXkTQUA531XS-28" value="">
-           <mxGeometry height="50" relative="1" width="50" as="geometry">
-             <mxPoint x="750" y="466" as="sourcePoint" />
-             <mxPoint x="800" y="416" as="targetPoint" />
+         <mxCell id="AtqJ98JdHEPPUzc0A_OA-33" edge="1" parent="1" style="endArrow=classic;startArrow=classic;html=1;rounded=0;exitX=0.992;exitY=0.575;exitDx=0;exitDy=0;exitPerimeter=0;entryX=0;entryY=0.5;entryDx=0;entryDy=0;" value="">
+           <mxGeometry height="50" relative="1" width="50" as="geometry">
+             <mxPoint x="352.5140000000001" y="305.17499999999995" as="sourcePoint" />
+             <mxPoint x="566.5" y="304" as="targetPoint" />
          </mxGeometry>
        </mxCell>
        <mxCell id="AtqJ98JdHEPPUzc0A_OA-34" edge="1" parent="1" style="endArrow=classic;startArrow=classic;html=1;rounded=0;exitX=0.983;exitY=0.586;exitDx=0;exitDy=0;exitPerimeter=0;entryX=0;entryY=0.5;entryDx=0;entryDy=0;" value="">
          <mxGeometry height="50" relative="1" width="50" as="geometry">
            <mxPoint x="353.5" y="252.5" as="sourcePoint" />
            <mxPoint x="566.5" y="252.5" as="targetPoint" />
          </mxGeometry>
        </mxCell>
        <mxCell id="AtqJ98JdHEPPUzc0A_OA-37" parent="1" style="text;html=1;whiteSpace=wrap;strokeColor=none;fillColor=none;align=center;verticalAlign=middle;rounded=0;fontStyle=2;fontFamily=Helvetica;" value="Seat is Available if Seat.seatStatus=Available AND seatId not in Redis Lock" vertex="1">
          <mxGeometry height="30" width="222" x="850" y="280.5" as="geometry" />
        </mxCell>
        <mxCell id="AtqJ98JdHEPPUzc0A_OA-39" parent="1" style="text;html=1;whiteSpace=wrap;strokeColor=none;fillColor=none;align=center;verticalAlign=middle;rounded=0;" value="Queue Service&amp;nbsp;" vertex="1">
          <mxGeometry height="41" width="120" x="625.5" y="67" as="geometry" />
        </mxCell>
        <mxCell id="AtqJ98JdHEPPUzc0A_OA-41" parent="1" style="text;html=1;whiteSpace=wrap;strokeColor=none;fillColor=none;align=center;verticalAlign=middle;rounded=0;" value="POST /queue/enter/{eventId}" vertex="1">
          <mxGeometry height="30" width="164" x="389" y="108" as="geometry" />
        </mxCell>
        <mxCell id="AtqJ98JdHEPPUzc0A_OA-49" parent="1" style="text;html=1;whiteSpace=wrap;strokeColor=none;fillColor=none;align=center;verticalAlign=middle;rounded=0;" value="locks:{seatId} : TT:L = 10 Minutes&lt;br&gt;lockCount:{seatId}&lt;br&gt;&lt;br&gt;&lt;div&gt;&lt;br&gt;&lt;/div&gt;" vertex="1">
          <mxGeometry height="45.5" width="128" x="1161" y="245" as="geometry" />
        </mxCell>
        <mxCell id="AtqJ98JdHEPPUzc0A_OA-50" parent="1" style="text;html=1;whiteSpace=wrap;strokeColor=none;fillColor=none;align=center;verticalAlign=middle;rounded=0;" value="Redis Lock" vertex="1">
          <mxGeometry height="30" width="60" x="1196.25" y="195.5" as="geometry" />
        </mxCell>
        <mxCell id="AtqJ98JdHEPPUzc0A_OA-52" edge="1" parent="1" source="8WxnnMFKF0vpLti6PXvg-43" style="edgeStyle=orthogonalEdgeStyle;rounded=0;orthogonalLoop=1;jettySize=auto;html=1;exitX=-0.002;exitY=0.16;exitDx=0;exitDy=0;exitPerimeter=0;">
          <mxGeometry relative="1" as="geometry">
            <Array as="points">
              <mxPoint x="1327" y="15" />
            </Array>
            <mxPoint x="1336.7058823529412" y="15.499999999999773" as="sourcePoint" />
            <mxPoint x="1317" y="15" as="targetPoint" />
          </mxGeometry>
        </mxCell>
        <mxCell id="AtqJ98JdHEPPUzc0A_OA-54" edge="1" parent="1" style="endArrow=classic;startArrow=classic;html=1;rounded=0;exitX=1;exitY=0.5;exitDx=0;exitDy=0;" value="">
          <mxGeometry height="50" relative="1" width="50" as="geometry">
            <Array as="points">
              <mxPoint x="1228" y="125" />
            </Array>
            <mxPoint x="802" y="128.5" as="sourcePoint" />
            <mxPoint x="1228" y="182" as="targetPoint" />
          </mxGeometry>
        </mxCell>
-         <mxCell id="AtqJ98JdHEPPUzc0A_OA-56" edge="1" parent="1" source="AtqJ98JdHEPPUzc0A_OA-12" style="edgeStyle=orthogonalEdgeStyle;rounded=0;orthogonalLoop=1;jettySize=auto;html=1;entryX=-0.003;entryY=0.355;entryDx=0;entryDy=0;entryPerimeter=0;" target="AtqJ98JdHEPPUzc0A_OA-49">
-           <mxGeometry relative="1" as="geometry" />
+         <mxCell id="AtqJ98JdHEPPUzc0A_OA-56" edge="1" parent="1" source="AtqJ98JdHEPPUzc0A_OA-12" style="edgeStyle=orthogonalEdgeStyle;rounded=0;orthogonalLoop=1;jettySize=auto;html=1;">
+           <mxGeometry relative="1" as="geometry">
+             <mxPoint x="1130" y="260" as="targetPoint" />
+           </mxGeometry>
        </mxCell>
        <mxCell id="AtqJ98JdHEPPUzc0A_OA-57" edge="1" parent="1" source="8WxnnMFKF0vpLti6PXvg-46" style="edgeStyle=orthogonalEdgeStyle;rounded=0;orthogonalLoop=1;jettySize=auto;html=1;entryX=0.003;entryY=0.34;entryDx=0;entryDy=0;entryPerimeter=0;" target="8WxnnMFKF0vpLti6PXvg-43">
          <mxGeometry relative="1" as="geometry">
            <Array as="points">
              <mxPoint x="1075" y="261" />
              <mxPoint x="1075" y="153" />
            </Array>
          </mxGeometry>
        </mxCell>
-         <mxCell id="AtqJ98JdHEPPUzc0A_OA-60" edge="1" parent="1" source="dMjLUbfOzXkTQUA531XS-57" style="edgeStyle=orthogonalEdgeStyle;rounded=0;orthogonalLoop=1;jettySize=auto;html=1;entryX=-0.014;entryY=0.723;entryDx=0;entryDy=0;entryPerimeter=0;" target="8WxnnMFKF0vpLti6PXvg-43">
-           <mxGeometry relative="1" as="geometry">
-             <Array as="points">
-               <mxPoint x="1340" y="454" />
-             </Array>
-           </mxGeometry>
-         </mxCell>
        <mxCell id="AtqJ98JdHEPPUzc0A_OA-61" parent="1" style="rounded=1;whiteSpace=wrap;html=1;" value="" vertex="1">
          <mxGeometry height="68" width="266" x="849" y="32" as="geometry" />
        </mxCell>
        <mxCell id="AtqJ98JdHEPPUzc0A_OA-62" edge="1" parent="1" source="AtqJ98JdHEPPUzc0A_OA-16" style="endArrow=classic;startArrow=classic;html=1;rounded=0;entryX=0.012;entryY=0.434;entryDx=0;entryDy=0;exitX=0.5;exitY=0;exitDx=0;exitDy=0;entryPerimeter=0;" target="AtqJ98JdHEPPUzc0A_OA-61" value="">
          <mxGeometry height="50" relative="1" width="50" as="geometry">
            <Array as="points">
              <mxPoint x="682" y="62" />
            </Array>
            <mxPoint x="700" y="62" as="sourcePoint" />
            <mxPoint x="928" y="266" as="targetPoint" />
          </mxGeometry>
        </mxCell>
        <mxCell id="AtqJ98JdHEPPUzc0A_OA-63" parent="1" style="text;html=1;whiteSpace=wrap;strokeColor=none;fillColor=none;align=center;verticalAlign=middle;rounded=0;" value="countActiveUsers" vertex="1">
          <mxGeometry height="30" width="60" x="734" y="56" as="geometry" />
        </mxCell>
        <mxCell id="AtqJ98JdHEPPUzc0A_OA-64" parent="1" style="text;html=1;whiteSpace=wrap;strokeColor=none;fillColor=none;align=left;verticalAlign=middle;rounded=0;labelBorderColor=none;" value="availbleUsers = maxUser-activeUserCount&lt;br&gt;releasableUsers = min (avaiableUserCount, availableSeatCount*2)" vertex="1">
          <mxGeometry height="62" width="145" x="570" y="97" as="geometry" />
        </mxCell>
        <mxCell id="AtqJ98JdHEPPUzc0A_OA-67" parent="1" style="text;html=1;whiteSpace=wrap;strokeColor=none;fillColor=none;align=left;verticalAlign=middle;rounded=0;labelBorderColor=none;" value="userId&lt;br&gt;eventId&lt;br&gt;queuePosition&lt;br&gt;status {waiting, allowed)&lt;br&gt;countActiveUsers{status.waiting}&lt;br&gt;&lt;div&gt;&lt;br&gt;&lt;/div&gt;" vertex="1">
          <mxGeometry width="161" x="922" y="73" as="geometry" />
        </mxCell>
        <mxCell id="AtqJ98JdHEPPUzc0A_OA-72" parent="1" style="text;html=1;whiteSpace=wrap;strokeColor=none;fillColor=none;align=center;verticalAlign=middle;rounded=0;" value="Redis" vertex="1">
          <mxGeometry height="30" width="60" x="843" y="28" as="geometry" />
        </mxCell>
        <mxCell id="AtqJ98JdHEPPUzc0A_OA-73" parent="1" style="text;html=1;whiteSpace=wrap;strokeColor=none;fillColor=none;align=center;verticalAlign=middle;rounded=0;" value="websocket: return when userid status = Allowed" vertex="1">
          <mxGeometry height="30" width="126" x="399" y="138" as="geometry" />
        </mxCell>
        <mxCell id="AtqJ98JdHEPPUzc0A_OA-74" parent="1" style="text;html=1;whiteSpace=wrap;strokeColor=none;fillColor=none;align=center;verticalAlign=middle;rounded=0;" value="if userid status= Allowed" vertex="1">
          <mxGeometry height="30" width="162" x="376" y="247.5" as="geometry" />
        </mxCell>
        <mxCell id="AtqJ98JdHEPPUzc0A_OA-77" edge="1" parent="1" source="dMjLUbfOzXkTQUA531XS-28" style="edgeStyle=orthogonalEdgeStyle;rounded=0;orthogonalLoop=1;jettySize=auto;html=1;entryX=0;entryY=0.637;entryDx=0;entryDy=0;entryPerimeter=0;" target="8WxnnMFKF0vpLti6PXvg-43">
-           <mxGeometry relative="1" as="geometry" />
+           <mxGeometry relative="1" as="geometry">
+             <Array as="points">
+               <mxPoint x="1077" y="337" />
+               <mxPoint x="1077" y="380" />
+             </Array>
+           </mxGeometry>
        </mxCell>
        <mxCell id="AtqJ98JdHEPPUzc0A_OA-78" parent="1" style="text;html=1;whiteSpace=wrap;strokeColor=none;fillColor=none;align=center;verticalAlign=middle;rounded=0;" value="lockCount:{seatId}, &lt;br&gt;count(Seat.seatStatus == AVAILABLE}" vertex="1">
          <mxGeometry height="30" width="246" x="820" y="134" as="geometry" />
        </mxCell>
        <mxCell id="AtqJ98JdHEPPUzc0A_OA-79" parent="1" style="text;html=1;whiteSpace=wrap;strokeColor=none;fillColor=none;align=left;verticalAlign=middle;rounded=0;" value="&lt;span style=&quot;&quot;&gt;avaiableSeatCount = lockCount:{seatId}- count(Seat.seatStatus == AVAILABLE)&amp;nbsp;&lt;/span&gt;" vertex="1">
          <mxGeometry height="30" width="242" x="568" y="168" as="geometry" />
        </mxCell>
        <mxCell id="AtqJ98JdHEPPUzc0A_OA-80" parent="1" style="text;html=1;whiteSpace=wrap;strokeColor=none;fillColor=none;align=center;verticalAlign=middle;rounded=0;" value="&lt;div style=&quot;text-align: start; font-family: &amp;quot;Segoe UI&amp;quot;; font-size: 14px; line-height: 20px;&quot;&gt;&lt;ul&gt;&lt;li&gt;&lt;strong&gt;Per-event waiting room:&lt;/strong&gt; Queue is scoped to &lt;strong&gt;EventId&lt;/strong&gt; to isolate viral events and avoid cross-event contention.&lt;/li&gt;&lt;li&gt;&lt;strong&gt;Admission control (not correctness):&lt;/strong&gt; Queue releases users based on &lt;strong&gt;approx capacity&lt;/strong&gt;, not strong consistency.&lt;/li&gt;&lt;li&gt;&lt;strong&gt;Capacity formula:&lt;/strong&gt; &lt;code&gt;availableSeatCount ≈ dbAvailableCount(RDS AVAILABLE) − lockedCount(Redis holds)&lt;/code&gt; (bounded at 0).&lt;/li&gt;&lt;li&gt;&lt;strong&gt;Concurrency cap:&lt;/strong&gt; &lt;code&gt;availableUsers = maxUser − activeUserCount&lt;/code&gt; to hard-limit active seat-map/booking traffic.&lt;/li&gt;&lt;li&gt;&lt;strong&gt;Release formula:&lt;/strong&gt; &lt;code&gt;releasableUsers = min(availableUsers, availableSeatCount * oversubscriptionFactor)&lt;/code&gt; (factor starts at &lt;strong&gt;2&lt;/strong&gt;).&lt;/li&gt;&lt;li&gt;&lt;strong&gt;Oversubscription is tunable:&lt;/strong&gt; Reduce/raise &lt;strong&gt;oversubscriptionFactor&lt;/strong&gt; based on observed reserve-fail rate vs seat idle time.&lt;/li&gt;&lt;li&gt;&lt;strong&gt;WebSocket push:&lt;/strong&gt; Queue notifies clients via &lt;strong&gt;WebSocket&lt;/strong&gt; when released to avoid polling storms.&lt;/li&gt;&lt;li&gt;&lt;strong&gt;Leased admission:&lt;/strong&gt; Released users get a short &lt;strong&gt;lease/TTL&lt;/strong&gt;; expiry reclaims slots and decrements activeUserCount.&lt;/li&gt;&lt;li&gt;&lt;strong&gt;Seat map is informational:&lt;/strong&gt; Seat map may be stale; it’s validated again when user is released.&lt;/li&gt;&lt;li&gt;&lt;strong&gt;Correctness at reservation:&lt;/strong&gt; &lt;strong&gt;ReserveTicket&lt;/strong&gt; re-checks &lt;strong&gt;RDS + Redis&lt;/strong&gt; for selected seatIds before locking.&lt;/li&gt;&lt;li&gt;&lt;strong&gt;Atomic multi-seat lock:&lt;/strong&gt; Reserve either locks &lt;strong&gt;all seats atomically&lt;/strong&gt; or fails (enforces &lt;strong&gt;no partial booking&lt;/strong&gt;).&lt;/li&gt;&lt;li&gt;&lt;strong&gt;Fast fail UX:&lt;/strong&gt; If any selected seat is unavailable/locked, reservation fails and user can re-enter queue.&lt;/li&gt;&lt;li&gt;&lt;strong&gt;Lock semantics:&lt;/strong&gt; Redis holds are &lt;strong&gt;per-seat locks with TTL&lt;/strong&gt;; release happens on cancel/failure or TTL expiry.&lt;/li&gt;&lt;li&gt;&lt;strong&gt;Confirm writes truth:&lt;/strong&gt; Confirmation updates &lt;strong&gt;RDS seats → BOOKED&lt;/strong&gt; transactionally for all selected seats.&lt;/li&gt;&lt;li&gt;&lt;strong&gt;Idempotent booking:&lt;/strong&gt; Reserve/Confirm are &lt;strong&gt;idempotent&lt;/strong&gt; via reservationId/idempotency key to handle retries/double submits.&lt;/li&gt;&lt;li&gt;&lt;strong&gt;Notifications:&lt;/strong&gt; Send Email/SMS on booking &lt;strong&gt;success/failure&lt;/strong&gt; via Notification Service.&lt;/li&gt;&lt;li&gt;&lt;strong&gt;Read-heavy optimization:&lt;/strong&gt; Browse traffic served via &lt;strong&gt;Redis cache&lt;/strong&gt; for events/venues/performers/locations.&lt;/li&gt;&lt;li&gt;&lt;strong&gt;Read/write separation:&lt;/strong&gt; Browse remains highly available even during booking spikes; booking path stays consistent via locks.&lt;/li&gt;&lt;/ul&gt;&lt;/div&gt;" vertex="1">
          <mxGeometry height="30" width="1293" x="788" y="872" as="geometry" />
+         </mxCell>
+         <mxCell id="AtqJ98JdHEPPUzc0A_OA-81" parent="1" style="text;html=1;whiteSpace=wrap;strokeColor=default;fillColor=#ffe6cc;align=center;verticalAlign=middle;rounded=0;labelBorderColor=none;perimeterSpacing=11;" value="1" vertex="1">
+           <mxGeometry height="11" width="14.37" x="366" y="116" as="geometry" />
+         </mxCell>
+         <mxCell id="AtqJ98JdHEPPUzc0A_OA-82" parent="1" style="text;html=1;whiteSpace=wrap;strokeColor=default;fillColor=#ffe6cc;align=center;verticalAlign=middle;rounded=0;labelBorderColor=none;perimeterSpacing=11;" value="2" vertex="1">
+           <mxGeometry height="11" width="14.37" x="687.3199999999999" y="65.5" as="geometry" />
+         </mxCell>
+         <mxCell id="AtqJ98JdHEPPUzc0A_OA-83" parent="1" style="text;html=1;whiteSpace=wrap;strokeColor=default;fillColor=#ffe6cc;align=center;verticalAlign=middle;rounded=0;labelBorderColor=none;perimeterSpacing=11;" value="3" vertex="1">
+           <mxGeometry height="11" width="14.37" x="815.5" y="112" as="geometry" />
+         </mxCell>
+         <mxCell id="AtqJ98JdHEPPUzc0A_OA-84" parent="1" style="text;html=1;whiteSpace=wrap;strokeColor=default;fillColor=#ffe6cc;align=center;verticalAlign=middle;rounded=0;labelBorderColor=none;perimeterSpacing=11;" value="4" vertex="1">
+           <mxGeometry height="11" width="14.37" x="366" y="143.5" as="geometry" />
+         </mxCell>
+         <mxCell id="AtqJ98JdHEPPUzc0A_OA-85" parent="1" style="text;html=1;whiteSpace=wrap;strokeColor=default;fillColor=#ffe6cc;align=center;verticalAlign=middle;rounded=0;labelBorderColor=none;perimeterSpacing=11;" value="5" vertex="1">
+           <mxGeometry height="11" width="14.37" x="366" y="238" as="geometry" />
+         </mxCell>
+         <mxCell id="AtqJ98JdHEPPUzc0A_OA-86" parent="1" style="text;html=1;whiteSpace=wrap;strokeColor=default;fillColor=#ffe6cc;align=center;verticalAlign=middle;rounded=0;labelBorderColor=none;perimeterSpacing=11;" value="6" vertex="1">
+           <mxGeometry height="11" width="14.37" x="1110" y="242" as="geometry" />
+         </mxCell>
+         <mxCell id="AtqJ98JdHEPPUzc0A_OA-87" parent="1" style="text;html=1;whiteSpace=wrap;strokeColor=default;fillColor=#ffe6cc;align=center;verticalAlign=middle;rounded=0;labelBorderColor=none;perimeterSpacing=11;" value="7" vertex="1">
+           <mxGeometry height="11" width="14.37" x="1317" y="157" as="geometry" />
+         </mxCell>
+         <mxCell id="AtqJ98JdHEPPUzc0A_OA-88" parent="1" style="text;html=1;whiteSpace=wrap;strokeColor=default;fillColor=#ffe6cc;align=center;verticalAlign=middle;rounded=0;labelBorderColor=none;perimeterSpacing=11;" value="8" vertex="1">
+           <mxGeometry height="11" width="14.37" x="366" y="261.5" as="geometry" />
+         </mxCell>
+         <mxCell id="AtqJ98JdHEPPUzc0A_OA-89" parent="1" style="text;html=1;whiteSpace=wrap;strokeColor=default;fillColor=#ffe6cc;align=center;verticalAlign=middle;rounded=0;labelBorderColor=none;perimeterSpacing=11;" value="9" vertex="1">
+           <mxGeometry height="11" width="14.37" x="363.63" y="290" as="geometry" />
+         </mxCell>
+         <mxCell id="AtqJ98JdHEPPUzc0A_OA-90" parent="1" style="text;html=1;whiteSpace=wrap;strokeColor=default;fillColor=#ffe6cc;align=center;verticalAlign=middle;rounded=0;labelBorderColor=none;perimeterSpacing=11;" value="10" vertex="1">
+           <mxGeometry height="11" width="14.37" x="1203" y="317" as="geometry" />
+         </mxCell>
+         <mxCell id="AtqJ98JdHEPPUzc0A_OA-91" parent="1" style="text;html=1;whiteSpace=wrap;strokeColor=default;fillColor=#ffe6cc;align=center;verticalAlign=middle;rounded=0;labelBorderColor=none;perimeterSpacing=11;" value="11" vertex="1">
+           <mxGeometry height="11" width="14.37" x="1317" y="363.5" as="geometry" />
+         </mxCell>
+         <mxCell id="AtqJ98JdHEPPUzc0A_OA-92" parent="1" style="text;html=1;whiteSpace=wrap;strokeColor=default;fillColor=#ffe6cc;align=center;verticalAlign=middle;rounded=0;labelBorderColor=none;perimeterSpacing=11;" value="12" vertex="1">
+           <mxGeometry height="11" width="14.37" x="363.63" y="310.5" as="geometry" />
+         </mxCell>
+         <mxCell id="AtqJ98JdHEPPUzc0A_OA-93" parent="1" style="text;html=1;whiteSpace=wrap;strokeColor=default;fillColor=#ffe6cc;align=center;verticalAlign=middle;rounded=0;labelBorderColor=none;perimeterSpacing=11;" value="13" vertex="1">
+           <mxGeometry height="11" width="14.37" x="325" y="647" as="geometry" />
+         </mxCell>
+         <mxCell id="AtqJ98JdHEPPUzc0A_OA-94" parent="1" style="text;html=1;whiteSpace=wrap;strokeColor=default;fillColor=#ffe6cc;align=center;verticalAlign=middle;rounded=0;labelBorderColor=none;perimeterSpacing=11;" value="14" vertex="1">
+           <mxGeometry height="11" width="14.37" x="269.37" y="580" as="geometry" />
+         </mxCell>
+         <mxCell id="AtqJ98JdHEPPUzc0A_OA-95" parent="1" style="text;html=1;whiteSpace=wrap;strokeColor=default;fillColor=#ffe6cc;align=center;verticalAlign=middle;rounded=0;labelBorderColor=none;perimeterSpacing=11;" value="15" vertex="1">
+           <mxGeometry height="11" width="14.37" x="363.63" y="432.5" as="geometry" />
+         </mxCell>
+         <mxCell id="AtqJ98JdHEPPUzc0A_OA-96" edge="1" parent="1" source="dMjLUbfOzXkTQUA531XS-57" style="edgeStyle=orthogonalEdgeStyle;rounded=0;orthogonalLoop=1;jettySize=auto;html=1;entryX=0;entryY=0.725;entryDx=0;entryDy=0;entryPerimeter=0;" target="8WxnnMFKF0vpLti6PXvg-43">
+           <mxGeometry relative="1" as="geometry" />
+         </mxCell>
+         <mxCell id="AtqJ98JdHEPPUzc0A_OA-97" parent="1" style="text;html=1;whiteSpace=wrap;strokeColor=default;fillColor=#ffe6cc;align=center;verticalAlign=middle;rounded=0;labelBorderColor=none;perimeterSpacing=11;" value="16" vertex="1">
+           <mxGeometry height="11" width="14.37" x="1319" y="432.5" as="geometry" />
+         </mxCell>
+         <mxCell id="AtqJ98JdHEPPUzc0A_OA-98" parent="1" style="text;html=1;whiteSpace=wrap;strokeColor=default;fillColor=#ffe6cc;align=center;verticalAlign=middle;rounded=0;labelBorderColor=none;perimeterSpacing=11;" value="17" vertex="1">
+           <mxGeometry height="11" width="14.37" x="363.63" y="456" as="geometry" />
+         </mxCell>
+         <mxCell id="AtqJ98JdHEPPUzc0A_OA-99" parent="1" style="text;html=1;whiteSpace=wrap;strokeColor=default;fillColor=#ffe6cc;align=center;verticalAlign=middle;rounded=0;labelBorderColor=none;perimeterSpacing=11;" value="17" vertex="1">
+           <mxGeometry height="11" width="14.37" x="691" y="661" as="geometry" />
+         </mxCell>
+         <mxCell id="AtqJ98JdHEPPUzc0A_OA-107" edge="1" parent="1" source="dMjLUbfOzXkTQUA531XS-28" style="edgeStyle=orthogonalEdgeStyle;rounded=0;orthogonalLoop=1;jettySize=auto;html=1;entryX=0.862;entryY=0.989;entryDx=0;entryDy=0;entryPerimeter=0;" target="8WxnnMFKF0vpLti6PXvg-3">
+           <mxGeometry relative="1" as="geometry">
+             <Array as="points">
+               <mxPoint x="690" y="396" />
+               <mxPoint x="1295" y="396" />
+             </Array>
+           </mxGeometry>
+         </mxCell>
+         <mxCell id="AtqJ98JdHEPPUzc0A_OA-108" parent="1" style="text;html=1;whiteSpace=wrap;strokeColor=none;fillColor=none;align=center;verticalAlign=middle;rounded=0;" value="failure/cancellation : delete redis seat lock" vertex="1">
+           <mxGeometry height="30" width="250" x="818" y="372" as="geometry" />
+         </mxCell>
+         <mxCell id="AtqJ98JdHEPPUzc0A_OA-110" parent="1" style="text;html=1;whiteSpace=wrap;strokeColor=default;fillColor=#ffe6cc;align=center;verticalAlign=middle;rounded=0;labelBorderColor=none;perimeterSpacing=11;" value="12/14 - Faliure Path" vertex="1">
+           <mxGeometry height="11" width="108" x="701.69" y="378" as="geometry" />
+         </mxCell>
+         <mxCell id="AtqJ98JdHEPPUzc0A_OA-112" edge="1" parent="1" style="endArrow=classic;startArrow=classic;html=1;rounded=0;exitX=0.992;exitY=0.575;exitDx=0;exitDy=0;exitPerimeter=0;entryX=0;entryY=0.5;entryDx=0;entryDy=0;" value="">
+           <mxGeometry height="50" relative="1" width="50" as="geometry">
+             <mxPoint x="352.51" y="348.67499999999995" as="sourcePoint" />
+             <mxPoint x="566.4959999999999" y="347.5" as="targetPoint" />
+           </mxGeometry>
+         </mxCell>
+         <mxCell id="AtqJ98JdHEPPUzc0A_OA-113" parent="1" style="text;html=1;whiteSpace=wrap;strokeColor=default;fillColor=#ffe6cc;align=center;verticalAlign=middle;rounded=0;labelBorderColor=none;perimeterSpacing=11;" value="14 Payment Failure" vertex="1">
+           <mxGeometry height="11" width="144.37" x="357.37" y="355" as="geometry" />
+         </mxCell>
+         <mxCell id="AtqJ98JdHEPPUzc0A_OA-114" parent="1" style="text;whiteSpace=wrap;html=1;fontFamily=Helvetica;fontStyle=2" value="&lt;div style=&quot;font-size: 14px; font-weight: 400; line-height: 20px;&quot;&gt;POST&amp;nbsp;&lt;code&gt;/v1/reserveTicket/{reservationId}/cancel&lt;/code&gt;&lt;/div&gt;" vertex="1">
+           <mxGeometry height="11" width="286" x="351" y="357" as="geometry" />
+         </mxCell>
+         <mxCell id="AtqJ98JdHEPPUzc0A_OA-121" parent="1" style="text;html=1;whiteSpace=wrap;strokeColor=default;fillColor=#ffe6cc;align=center;verticalAlign=middle;rounded=0;labelBorderColor=none;perimeterSpacing=11;" value="12/14 - Faliure Path" vertex="1">
+           <mxGeometry height="11" width="108" x="472" y="692.5" as="geometry" />
        </mxCell>
      </root>
    </mxGraphModel>
  </diagram>
</mxfile>
